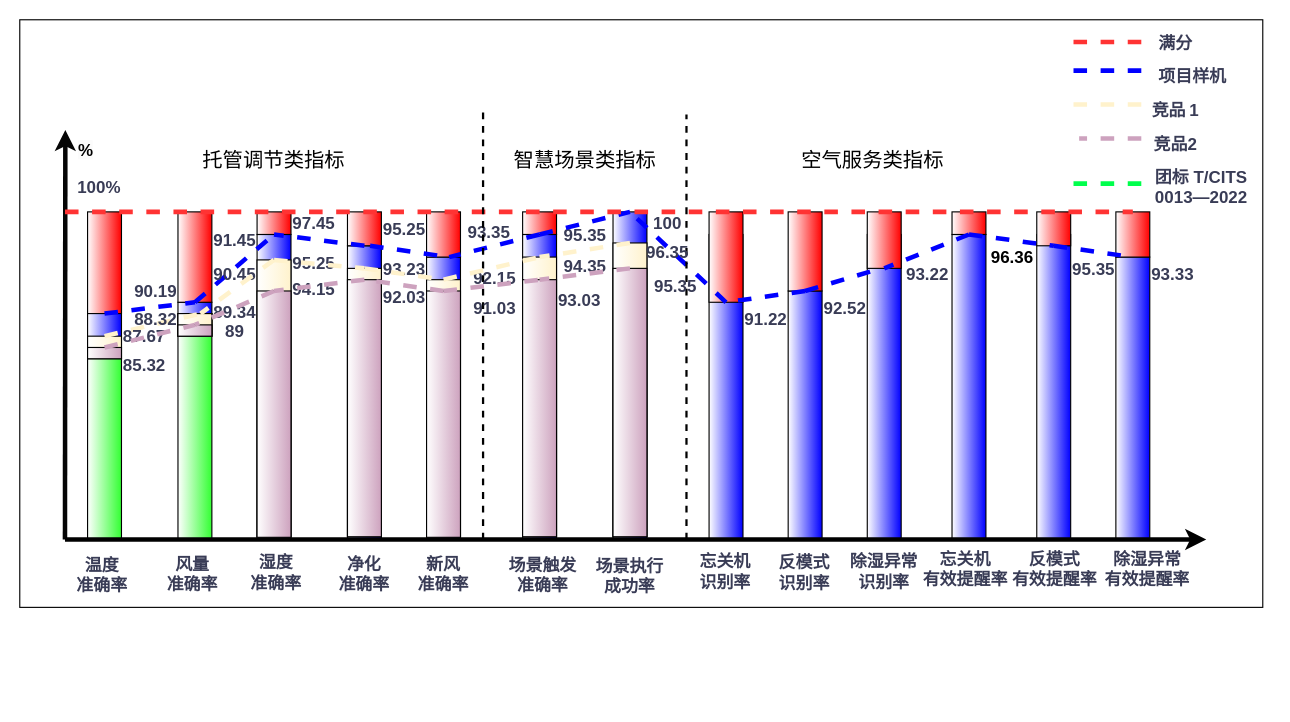
Above: jieguo.drawio in Phillip014/Visualization-Project-Coronavirus-Disease (draw.io), before the change. Source tidied: cells renumbered, new cells numbered last; positions are measured from the earlier drawing's top-left corner, leaving out a move shared by most shapes. Both pictures are drawn from the tidied source at 113%, with x=0, y=0 at pixel (19, 19).
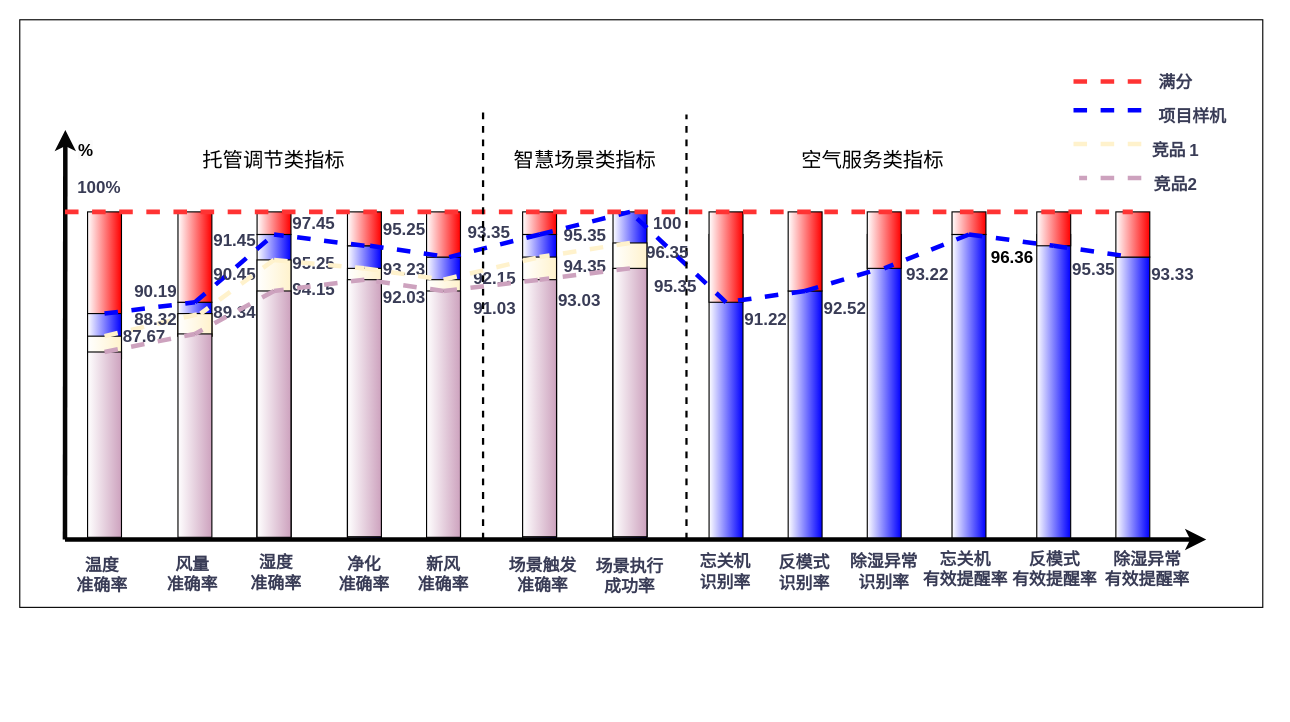
The same diagram, later.

The change refers to these unchanged cells:
```xml
<mxCell id="6" style="rounded=0;whiteSpace=wrap;html=1;labelBackgroundColor=none;fillColor=#FFFFFF;strokeColor=#000000;fontSize=15;fontStyle=1;gradientColor=#FFF2CC;gradientDirection=east;labelBorderColor=none;" parent="1" vertex="1">
  <mxGeometry x="60" y="280" width="30" height="20" as="geometry" />
</mxCell>
```

Change to the diagram source:
```diff
@@
-    <mxCell id="5" style="edgeStyle=orthogonalEdgeStyle;rounded=0;jettySize=auto;html=1;labelBorderColor=none;" parent="1" edge="1" source="6" target="11">
-      <mxGeometry relative="1" as="geometry" />
-    </mxCell>
@@
-    <mxCell id="10" style="endArrow=none;html=1;rounded=0;labelBackgroundColor=none;strokeColor=#E07A5F;fontColor=default;fontSize=15;fontStyle=1;labelBorderColor=none;" parent="1" edge="1" target="11">
+    <mxCell id="10" style="endArrow=none;html=1;rounded=0;labelBackgroundColor=none;strokeColor=#E07A5F;fontColor=default;fontSize=15;fontStyle=1;labelBorderColor=none;" parent="1" edge="1">
       <mxGeometry relative="1" as="geometry">
         <mxPoint x="60" y="360" as="sourcePoint" />
+        <mxPoint x="60" y="360" as="targetPoint" />
       </mxGeometry>
     </mxCell>
-    <mxCell id="11" style="rounded=0;whiteSpace=wrap;html=1;labelBackgroundColor=none;fillColor=#FFFFFF;strokeColor=#000000;fontColor=#000000;fontSize=15;fontStyle=1;gradientColor=#33FF33;gradientDirection=east;labelBorderColor=none;" parent="1" vertex="1">
-      <mxGeometry x="60" y="300" width="30" height="160" as="geometry" />
-    </mxCell>
@@
-    <mxCell id="16" value="85.32" style="text;html=1;align=center;verticalAlign=middle;strokeColor=none;fillColor=none;labelBackgroundColor=none;fontColor=#393C56;fontSize=15;fontStyle=1;labelBorderColor=none;" parent="1" vertex="1">
-      <mxGeometry x="80" y="290" width="60" height="30" as="geometry" />
-    </mxCell>
-    <mxCell id="17" style="endArrow=none;html=1;rounded=0;labelBackgroundColor=none;strokeColor=#E07A5F;fontColor=default;fontSize=15;fontStyle=1;labelBorderColor=none;" parent="1" edge="1" target="18">
+    <mxCell id="17" style="endArrow=none;html=1;rounded=0;labelBackgroundColor=none;strokeColor=#E07A5F;fontColor=default;fontSize=15;fontStyle=1;labelBorderColor=none;" parent="1" edge="1">
       <mxGeometry relative="1" as="geometry">
         <mxPoint x="140" y="360" as="sourcePoint" />
+        <mxPoint x="140" y="360" as="targetPoint" />
       </mxGeometry>
     </mxCell>
-    <mxCell id="18" style="rounded=0;whiteSpace=wrap;html=1;labelBackgroundColor=none;fillColor=#FFFFFF;strokeColor=#000000;fontColor=#393C56;fontSize=15;fontStyle=1;gradientColor=#33FF33;gradientDirection=east;labelBorderColor=none;" parent="1" vertex="1">
-      <mxGeometry x="140" y="260" width="30" height="200" as="geometry" />
-    </mxCell>
@@
-    <mxCell id="22" value="89" style="text;html=1;align=center;verticalAlign=middle;strokeColor=none;fillColor=none;labelBackgroundColor=none;fontColor=#393C56;fontSize=15;fontStyle=1;labelBorderColor=none;" parent="1" vertex="1">
-      <mxGeometry x="170" y="260" width="40" height="30" as="geometry" />
-    </mxCell>
@@
     <mxCell id="84" style="endArrow=none;dashed=1;html=1;rounded=0;strokeColor=#0000FF;fontColor=#393C56;fillColor=#F2CC8F;exitX=0.5;exitY=1;exitDx=0;exitDy=0;strokeWidth=4;fontSize=15;fontStyle=1;" parent="1" edge="1">
       <mxGeometry relative="1" as="geometry">
-        <mxPoint x="932.5" y="45" as="sourcePoint" />
-        <mxPoint x="992.5" y="45" as="targetPoint" />
+        <mxPoint x="932.5" y="80" as="sourcePoint" />
+        <mxPoint x="992.5" y="80" as="targetPoint" />
       </mxGeometry>
     </mxCell>
     <mxCell id="85" style="endArrow=none;dashed=1;html=1;strokeWidth=4;rounded=0;labelBackgroundColor=none;strokeColor=#FF3333;fontColor=default;fontSize=15;fontStyle=1;" parent="1" edge="1">
       <mxGeometry relative="1" as="geometry">
-        <mxPoint x="932.5" y="19.7" as="sourcePoint" />
-        <mxPoint x="992.5" y="19.7" as="targetPoint" />
+        <mxPoint x="932.5" y="54.7" as="sourcePoint" />
+        <mxPoint x="992.5" y="54.7" as="targetPoint" />
       </mxGeometry>
     </mxCell>
     <mxCell id="86" value="满分" style="text;html=1;strokeColor=none;fillColor=none;align=center;verticalAlign=middle;whiteSpace=wrap;rounded=0;fontColor=#393C56;fontSize=15;fontStyle=1;" parent="1" vertex="1">
-      <mxGeometry x="992.5" y="5" width="60" height="30" as="geometry" />
+      <mxGeometry x="992.5" y="40" width="60" height="30" as="geometry" />
     </mxCell>
     <mxCell id="87" value="项目样机" style="text;html=1;strokeColor=none;fillColor=none;align=center;verticalAlign=middle;whiteSpace=wrap;rounded=0;fontColor=#393C56;fontSize=15;fontStyle=1;" parent="1" vertex="1">
-      <mxGeometry x="1002.5" y="35" width="70" height="30" as="geometry" />
+      <mxGeometry x="1002.5" y="70" width="70" height="30" as="geometry" />
     </mxCell>
-    <mxCell id="88" style="endArrow=none;dashed=1;html=1;rounded=0;strokeColor=#00ff4c;fontColor=#393C56;fillColor=#F2CC8F;strokeWidth=4;fontSize=15;fontStyle=1;labelBorderColor=none;" parent="1" edge="1">
-      <mxGeometry relative="1" as="geometry">
-        <mxPoint x="932.5" y="145" as="sourcePoint" />
-        <mxPoint x="992.5" y="145" as="targetPoint" />
-      </mxGeometry>
-    </mxCell>
-    <mxCell id="89" value="团标 T/CITS 0013—2022" style="text;html=1;strokeColor=none;fillColor=none;align=left;verticalAlign=middle;whiteSpace=wrap;rounded=0;fontColor=#393C56;fontSize=15;fontStyle=1;" parent="1" vertex="1">
-      <mxGeometry x="1002.5" y="132.5" width="105" height="30" as="geometry" />
-    </mxCell>
@@
     <mxCell id="116" style="endArrow=none;dashed=1;html=1;rounded=0;strokeColor=#FFF2CC;fontColor=#393C56;fillColor=#ffe6cc;strokeWidth=4;fontSize=15;fontStyle=1;" parent="1" edge="1">
       <mxGeometry relative="1" as="geometry">
-        <mxPoint x="992.5" y="75" as="sourcePoint" />
-        <mxPoint x="932.5" y="75" as="targetPoint" />
+        <mxPoint x="992.5" y="110" as="sourcePoint" />
+        <mxPoint x="932.5" y="110" as="targetPoint" />
       </mxGeometry>
     </mxCell>
     <mxCell id="117" value="竞品&lt;span style=&quot;white-space: pre;&quot;&gt;&#9;&lt;/span&gt;1" style="text;html=1;strokeColor=none;fillColor=none;align=center;verticalAlign=middle;whiteSpace=wrap;rounded=0;fontColor=#393C56;fontSize=15;fontStyle=1;" parent="1" vertex="1">
-      <mxGeometry x="992.5" y="65" width="60" height="30" as="geometry" />
+      <mxGeometry x="992.5" y="100" width="60" height="30" as="geometry" />
     </mxCell>
@@
     <mxCell id="120" style="rounded=0;whiteSpace=wrap;html=1;labelBackgroundColor=none;fontSize=15;fontStyle=1;gradientDirection=east;gradientColor=#CDA2BE;labelBorderColor=none;strokeColor=#000000;" parent="1" vertex="1">
-      <mxGeometry x="60" y="290" width="30" height="10" as="geometry" />
+      <mxGeometry x="60" y="294" width="30" height="164" as="geometry" />
     </mxCell>
@@
     <mxCell id="123" style="rounded=0;whiteSpace=wrap;html=1;labelBackgroundColor=none;fontSize=15;fontStyle=1;gradientDirection=east;gradientColor=#CDA2BE;labelBorderColor=none;strokeColor=#000000;" parent="1" vertex="1">
-      <mxGeometry x="140" y="270" width="30" height="10" as="geometry" />
+      <mxGeometry x="140" y="278" width="30" height="180" as="geometry" />
     </mxCell>
@@
     <mxCell id="142" style="endArrow=none;dashed=1;html=1;rounded=0;strokeColor=#CDA2BE;fontColor=#393C56;fillColor=#F2CC8F;entryX=0.5;entryY=0;entryDx=0;entryDy=0;strokeWidth=4;fontSize=15;fontStyle=1;labelBorderColor=none;" parent="1" edge="1">
       <mxGeometry relative="1" as="geometry">
-        <mxPoint x="992.5" y="105" as="sourcePoint" />
-        <mxPoint x="937.5" y="105" as="targetPoint" />
+        <mxPoint x="992.5" y="140" as="sourcePoint" />
+        <mxPoint x="937.5" y="140" as="targetPoint" />
       </mxGeometry>
     </mxCell>
     <mxCell id="143" value="竞品2" style="text;html=1;strokeColor=none;fillColor=none;align=center;verticalAlign=middle;whiteSpace=wrap;rounded=0;fontColor=#393C56;fontSize=15;fontStyle=1;" parent="1" vertex="1">
-      <mxGeometry x="992.5" y="95" width="60" height="30" as="geometry" />
+      <mxGeometry x="992.5" y="130" width="60" height="30" as="geometry" />
     </mxCell>
```
